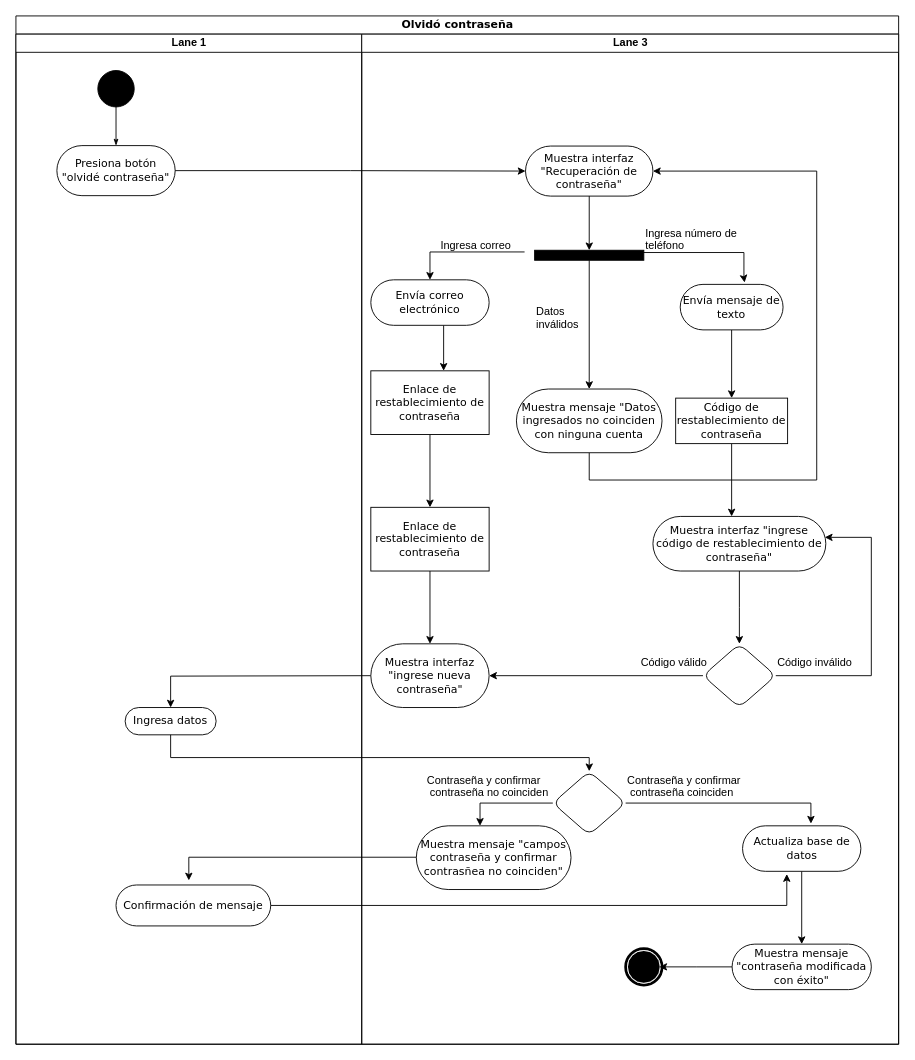
The draw.io diagram IHC Flujo 2.drawio in NeutronBlast/IS-Ex, before the edit. Source tidied: cells renumbered, new cells numbered last; positions are measured from the earlier drawing's top-left corner, leaving out a move shared by most shapes. Both pictures are drawn from the tidied source at 91%, with x=0, y=0 at pixel (15, 15).
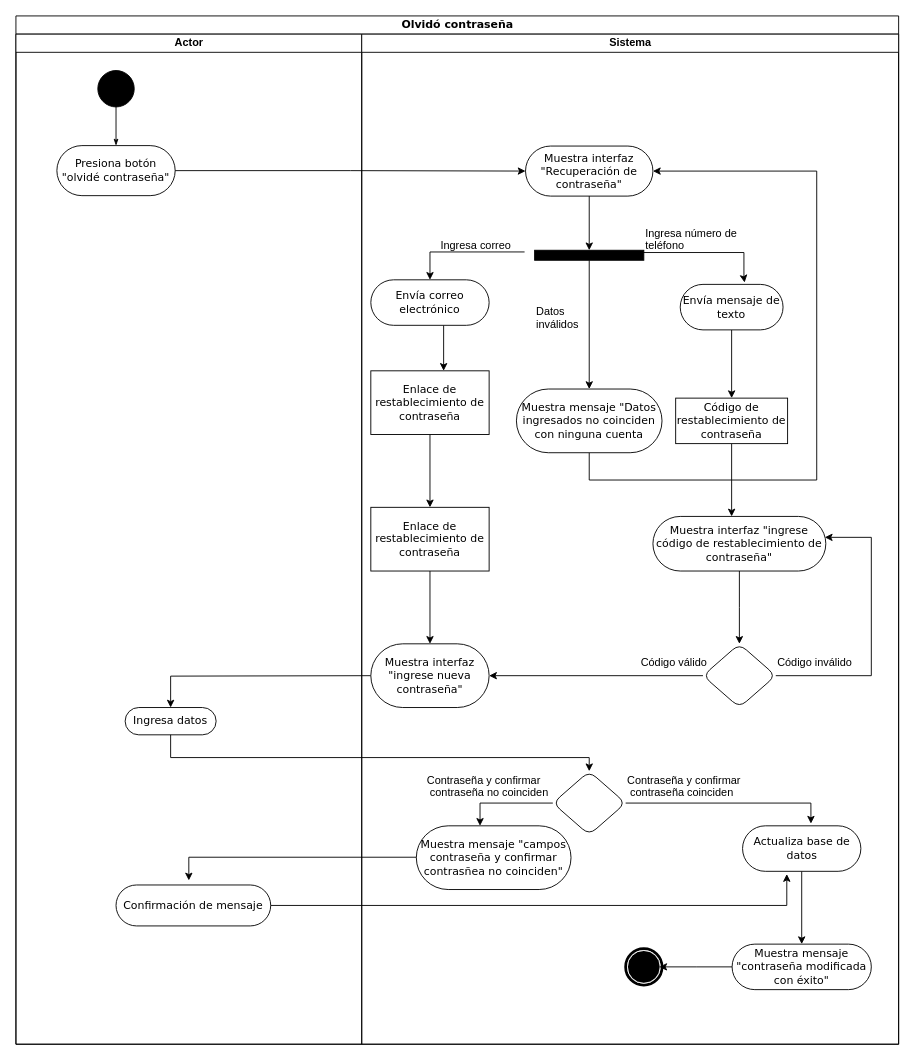
The same diagram, later.

Unchanged cells that the change refers to:
```xml
<mxCell id="2" value="Olvidó contraseña" style="swimlane;html=1;startSize=20;rounded=0;shadow=0;comic=0;labelBackgroundColor=none;strokeColor=#000000;strokeWidth=1;fillColor=#ffffff;fontFamily=Verdana;fontSize=12;fontColor=#000000;align=center;" parent="1" vertex="1">
  <mxGeometry width="970" height="1130" as="geometry" />
</mxCell>
```

The edit, as a diff of the source:
```diff
@@
-    <mxCell id="3" value="Lane 1" style="swimlane;html=1;startSize=20;" parent="2" vertex="1">
+    <mxCell id="3" value="Actor" style="swimlane;html=1;startSize=20;" parent="2" vertex="1">
       <mxGeometry y="20" width="380" height="1110" as="geometry" />
     </mxCell>
@@
-    <mxCell id="10" value="Lane 3" style="swimlane;html=1;startSize=20;" parent="2" vertex="1">
+    <mxCell id="10" value="Sistema" style="swimlane;html=1;startSize=20;" parent="2" vertex="1">
       <mxGeometry x="380" y="20" width="590" height="1110" as="geometry" />
     </mxCell>
```
